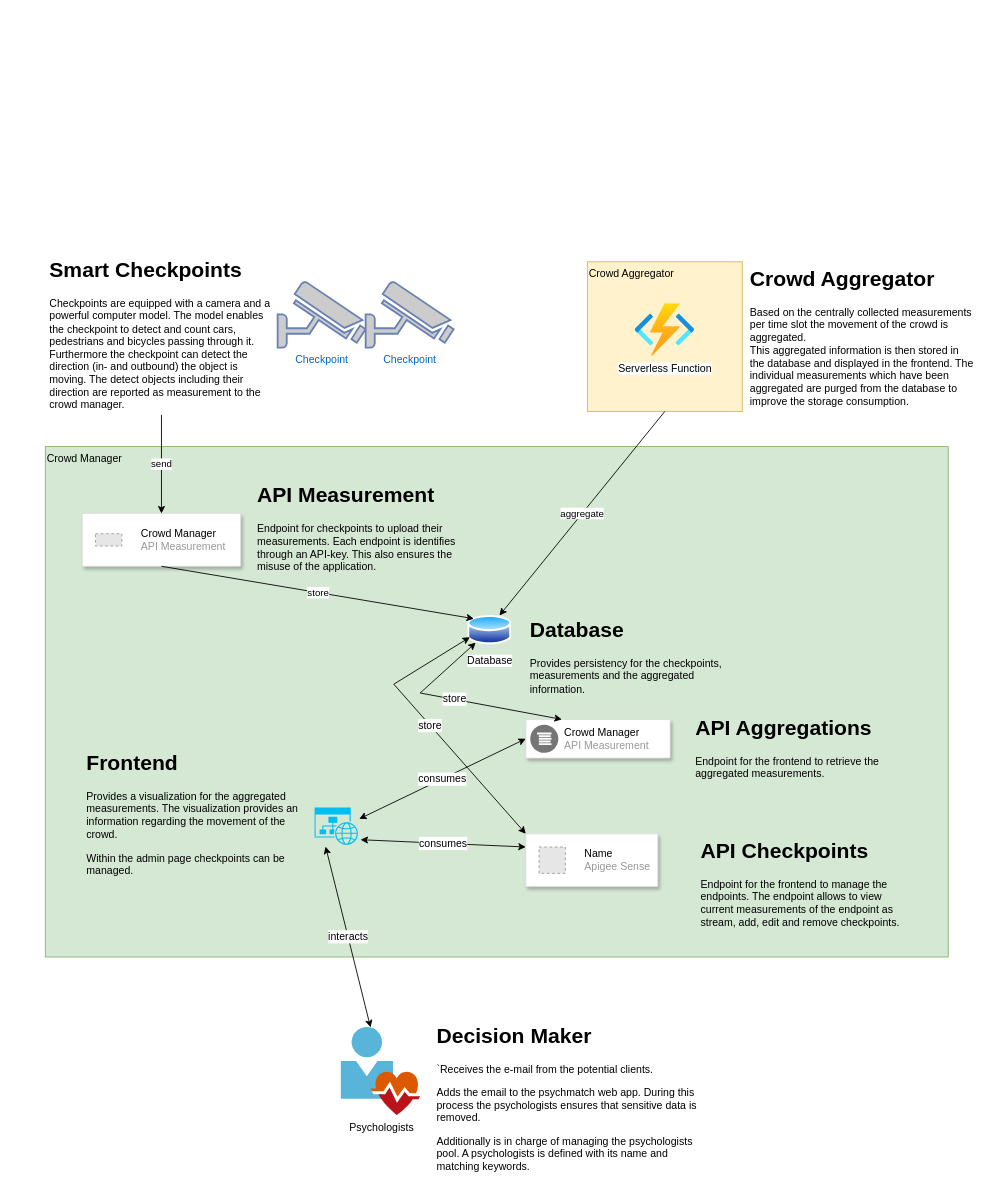
Before: page "Schematic Visualisation" (1 of 7) of Documentation/infrastructure.drawio in jimmylevell/crowd-overview, a draw.io diagram. Source tidied: cells renumbered, new cells numbered last; positions are measured from the earlier drawing's top-left corner, leaving out a move shared by most shapes. Both pictures are drawn from the tidied source at 88%, with x=0, y=0 at pixel (45, 253). Pictures stored in the file or linked from it are replaced by grey dashed boxes.
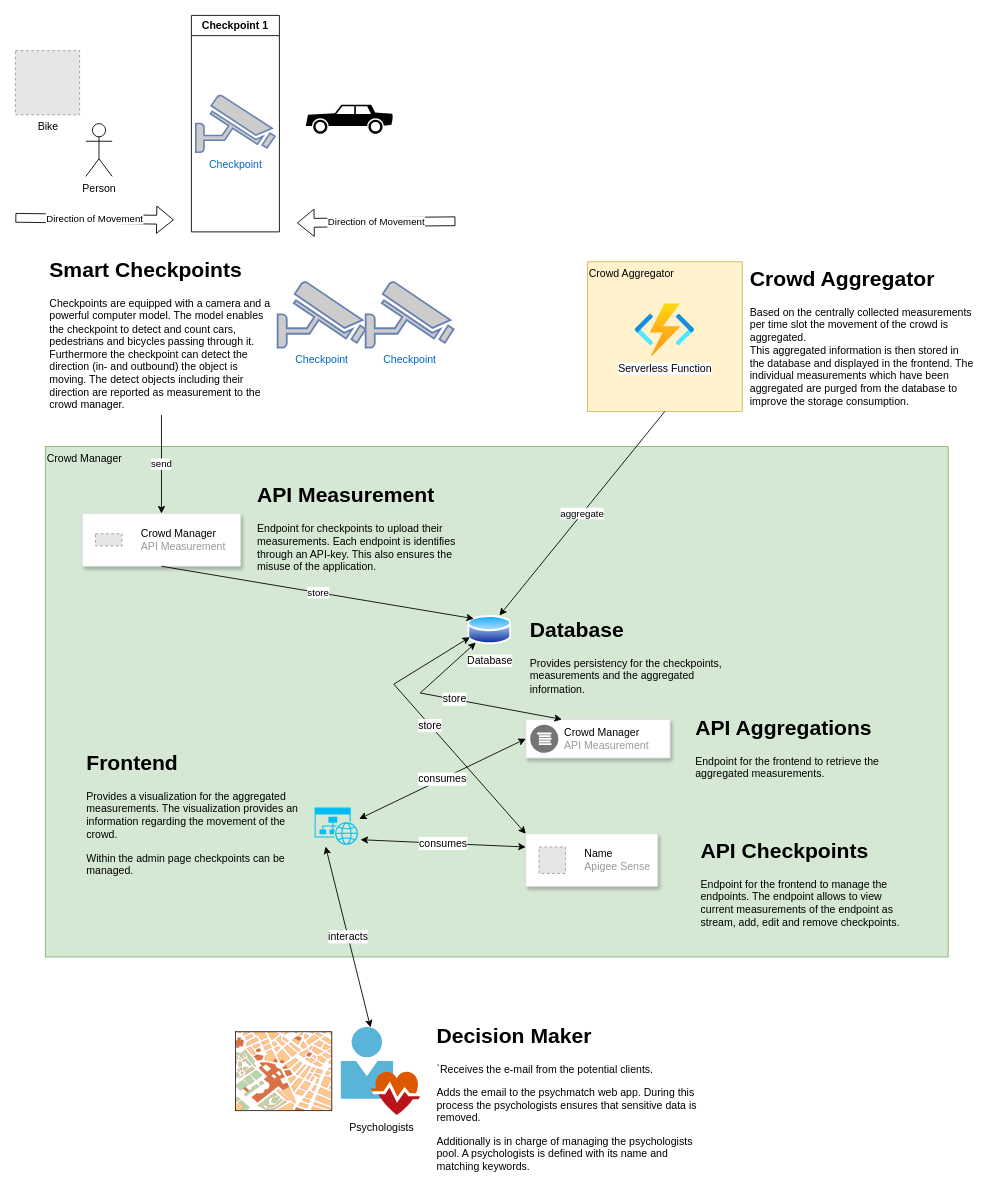
Above is the later version.

What changed in the source:
```diff
@@
+    <mxCell id="32" style="verticalLabelPosition=bottom;shadow=0;dashed=0;align=center;html=1;verticalAlign=top;strokeWidth=1;shape=mxgraph.mockup.misc.map;" parent="1" vertex="1">
+      <mxGeometry x="216" y="885" width="110" height="90" as="geometry" />
+    </mxCell>
+    <mxCell id="33" value="Person" style="shape=umlActor;verticalLabelPosition=bottom;verticalAlign=top;html=1;" parent="1" vertex="1">
+      <mxGeometry x="46" y="-147" width="30" height="60" as="geometry" />
+    </mxCell>
+    <mxCell id="34" value="Checkpoint 1" style="swimlane;" parent="1" vertex="1">
+      <mxGeometry x="166" y="-270" width="100" height="246" as="geometry" />
+    </mxCell>
+    <mxCell id="35" value="Checkpoint" style="fontColor=#0066CC;verticalAlign=top;verticalLabelPosition=bottom;labelPosition=center;align=center;html=1;fillColor=#CCCCCC;strokeColor=#6881B3;gradientColor=none;gradientDirection=north;strokeWidth=2;shape=mxgraph.networks.security_camera;" parent="34" vertex="1">
+      <mxGeometry x="5" y="90.5" width="90" height="65" as="geometry" />
+    </mxCell>
+    <mxCell id="36" style="shape=mxgraph.signs.transportation.car_2;html=1;fillColor=#000000;strokeColor=none;verticalLabelPosition=bottom;verticalAlign=top;align=center;" parent="1" vertex="1">
+      <mxGeometry x="296" y="-168.5" width="100" height="33" as="geometry" />
+    </mxCell>
+    <mxCell id="37" value="Bike" style="fillColor=#E6E6E6;strokeColor=#999999;dashed=1;html=1;verticalAlign=top;verticalLabelPosition=bottom;labelBackgroundColor=#ffffff;" parent="1" vertex="1">
+      <mxGeometry x="-34" y="-230" width="73" height="73" as="geometry" />
+    </mxCell>
+    <mxCell id="38" value="Direction of Movement" style="shape=flexArrow;endArrow=classic;html=1;rounded=0;" parent="1" edge="1">
+      <mxGeometry relative="1" as="geometry">
+        <mxPoint x="-34" y="-40" as="sourcePoint" />
+        <mxPoint x="146" y="-37.6" as="targetPoint" />
+      </mxGeometry>
+    </mxCell>
+    <mxCell id="39" value="Direction of Movement" style="shape=flexArrow;endArrow=classic;html=1;rounded=0;" parent="1" edge="1">
+      <mxGeometry relative="1" as="geometry">
+        <mxPoint x="466" y="-36.1" as="sourcePoint" />
+        <mxPoint x="286" y="-34.1" as="targetPoint" />
+      </mxGeometry>
+    </mxCell>
```
